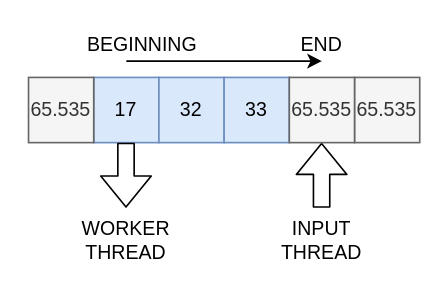
SoulKa/cds-s-2021 keeps this draw.io diagram as page "input-queue" (1 of 2) of report/assets/queues.drawio. Above is the earlier version. Source tidied: cells renumbered, new cells numbered last; positions are measured from the earlier drawing's top-left corner, leaving out a move shared by most shapes. Both pictures are drawn from the tidied source at 163%, with x=0, y=0 at pixel (28, 28).
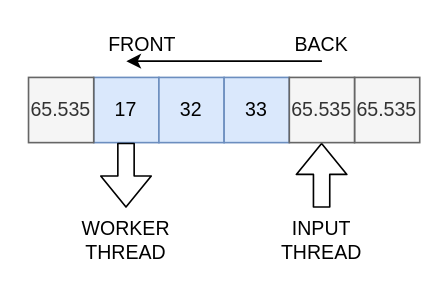
The same page after the edit.

The edit, as a diff of the source:
```diff
@@
 <mxGraphModel>
   <root>
     <mxCell id="0" />
     <mxCell id="1" parent="0" />
     <mxCell id="2" value="17" style="rounded=0;whiteSpace=wrap;html=1;fillColor=#dae8fc;strokeColor=#6c8ebf;" parent="1" vertex="1">
       <mxGeometry x="40" y="30" width="40" height="40" as="geometry" />
     </mxCell>
     <mxCell id="3" value="32" style="rounded=0;whiteSpace=wrap;html=1;fillColor=#dae8fc;strokeColor=#6c8ebf;" parent="1" vertex="1">
       <mxGeometry x="80" y="30" width="40" height="40" as="geometry" />
     </mxCell>
     <mxCell id="4" value="33" style="rounded=0;whiteSpace=wrap;html=1;fillColor=#dae8fc;strokeColor=#6c8ebf;" parent="1" vertex="1">
       <mxGeometry x="120" y="30" width="40" height="40" as="geometry" />
     </mxCell>
     <mxCell id="5" value="65.535" style="rounded=0;whiteSpace=wrap;html=1;fillColor=#f5f5f5;strokeColor=#666666;fontColor=#333333;" parent="1" vertex="1">
       <mxGeometry y="30" width="40" height="40" as="geometry" />
     </mxCell>
     <mxCell id="6" value="65.535" style="rounded=0;whiteSpace=wrap;html=1;fillColor=#f5f5f5;strokeColor=#666666;fontColor=#333333;" parent="1" vertex="1">
       <mxGeometry x="200" y="30" width="40" height="40" as="geometry" />
     </mxCell>
     <mxCell id="7" style="shape=flexArrow;endArrow=classic;html=1;" parent="1" edge="1">
       <mxGeometry relative="1" as="geometry">
         <mxPoint x="179.8" y="110" as="sourcePoint" />
         <mxPoint x="179.8" y="70" as="targetPoint" />
       </mxGeometry>
     </mxCell>
     <mxCell id="8" style="shape=flexArrow;endArrow=classic;html=1;" parent="1" edge="1">
       <mxGeometry relative="1" as="geometry">
         <mxPoint x="59.8" y="70" as="sourcePoint" />
         <mxPoint x="59.8" y="110" as="targetPoint" />
       </mxGeometry>
     </mxCell>
     <mxCell id="9" value="65.535" style="rounded=0;whiteSpace=wrap;html=1;fillColor=#f5f5f5;strokeColor=#666666;fontColor=#333333;" parent="1" vertex="1">
       <mxGeometry x="160" y="30" width="40" height="40" as="geometry" />
     </mxCell>
     <mxCell id="10" value="INPUT THREAD" style="text;html=1;strokeColor=none;fillColor=none;align=center;verticalAlign=middle;whiteSpace=wrap;rounded=0;" parent="1" vertex="1">
       <mxGeometry x="160" y="120" width="40" height="20" as="geometry" />
     </mxCell>
     <mxCell id="11" value="WORKER THREAD" style="text;html=1;strokeColor=none;fillColor=none;align=center;verticalAlign=middle;whiteSpace=wrap;rounded=0;" parent="1" vertex="1">
       <mxGeometry x="40" y="120" width="40" height="20" as="geometry" />
     </mxCell>
-    <mxCell id="12" value="BEGINNING" style="text;html=1;strokeColor=none;fillColor=none;align=center;verticalAlign=middle;whiteSpace=wrap;rounded=0;" parent="1" vertex="1">
+    <mxCell id="12" value="FRONT" style="text;html=1;strokeColor=none;fillColor=none;align=center;verticalAlign=middle;whiteSpace=wrap;rounded=0;" parent="1" vertex="1">
       <mxGeometry x="50" width="40" height="20" as="geometry" />
     </mxCell>
-    <mxCell id="13" value="END" style="text;html=1;strokeColor=none;fillColor=none;align=center;verticalAlign=middle;whiteSpace=wrap;rounded=0;" parent="1" vertex="1">
+    <mxCell id="13" value="BACK" style="text;html=1;strokeColor=none;fillColor=none;align=center;verticalAlign=middle;whiteSpace=wrap;rounded=0;" parent="1" vertex="1">
       <mxGeometry x="160" width="40" height="20" as="geometry" />
     </mxCell>
     <mxCell id="14" style="endArrow=classic;html=1;" parent="1" edge="1">
       <mxGeometry relative="1" as="geometry">
-        <mxPoint x="60" y="20" as="sourcePoint" />
-        <mxPoint x="180" y="20" as="targetPoint" />
+        <mxPoint x="180" y="20" as="sourcePoint" />
+        <mxPoint x="60" y="20" as="targetPoint" />
       </mxGeometry>
     </mxCell>
   </root>
 </mxGraphModel>
```
